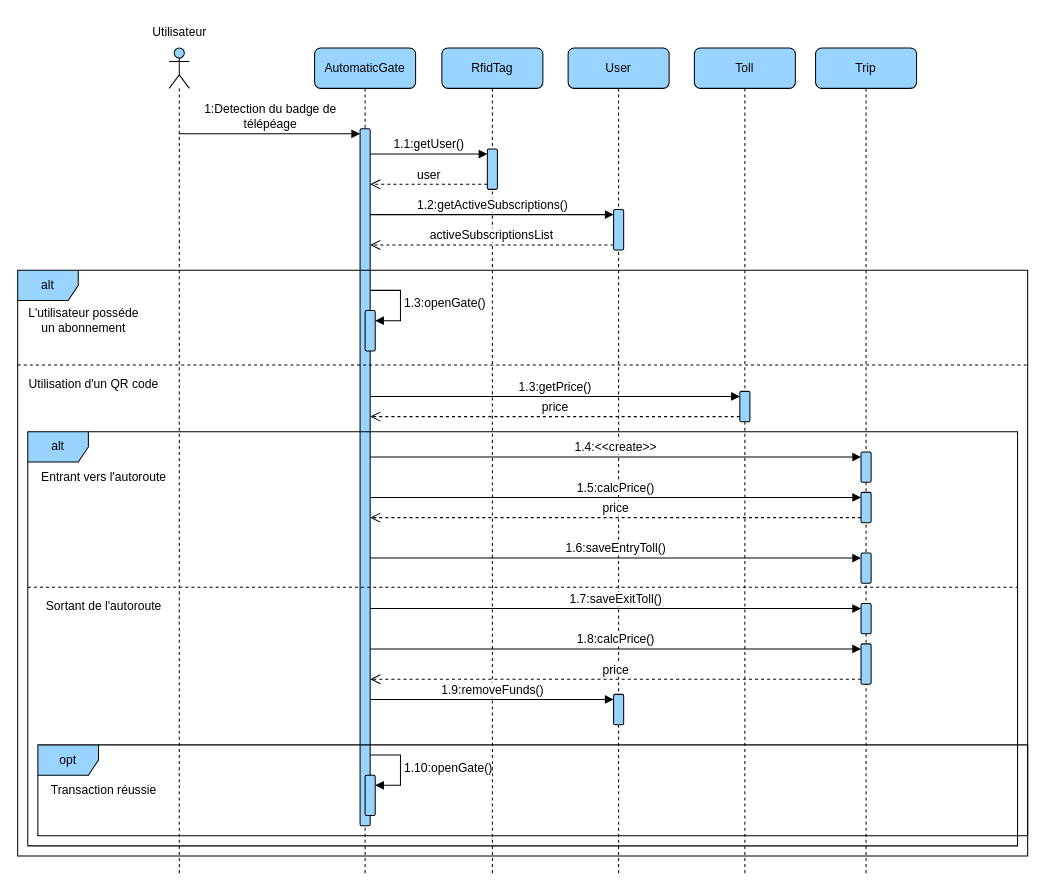
devlotfi/peage-pay keeps this draw.io diagram as page "toll (Conception)" (7 of 7) of diagrams/sequence.drawio. Above is the earlier version. Source tidied: cells renumbered, new cells numbered last; positions are measured from the earlier drawing's top-left corner, leaving out a move shared by most shapes. Both pictures are drawn from the tidied source at 101%, with x=0, y=0 at pixel (17, 17).
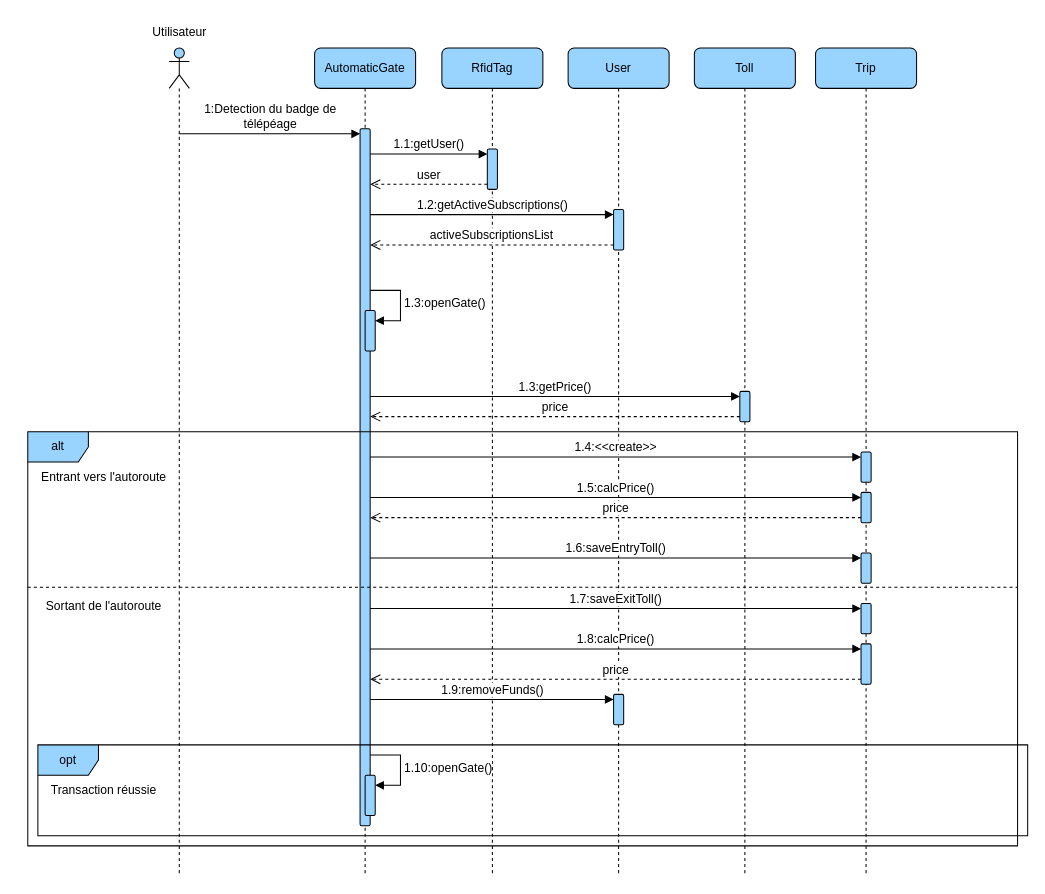
The same page after the edit.

Change to the diagram source:
```diff
@@
-    <mxCell id="19" value="alt" style="shape=umlFrame;whiteSpace=wrap;html=1;rounded=1;strokeColor=default;align=center;verticalAlign=middle;fontFamily=Helvetica;fontSize=12;fontColor=default;fontStyle=0;fillColor=#99D3FF;" parent="1" vertex="1">
-      <mxGeometry y="250" width="1000" height="580" as="geometry" />
-    </mxCell>
-    <mxCell id="20" value="L'utilisateur posséde&lt;div&gt;un abonnement&lt;/div&gt;" style="text;html=1;align=center;verticalAlign=middle;strokeColor=none;fillColor=none;fontFamily=Helvetica;fontSize=12;fontColor=default;fontStyle=0;" parent="1" vertex="1">
-      <mxGeometry y="280" width="130" height="40" as="geometry" />
-    </mxCell>
-    <mxCell id="21" style="line;strokeWidth=1;fillColor=none;align=left;verticalAlign=middle;spacingTop=-1;spacingLeft=3;spacingRight=3;labelPosition=right;strokeColor=inherit;rounded=1;fontFamily=Helvetica;fontSize=12;fontColor=default;fontStyle=0;dashed=1;" parent="1" vertex="1">
-      <mxGeometry y="340" width="1000" height="8" as="geometry" />
-    </mxCell>
-    <mxCell id="22" value="Utilisation d'un QR code" style="text;html=1;align=center;verticalAlign=middle;strokeColor=none;fillColor=none;fontFamily=Helvetica;fontSize=12;fontColor=default;fontStyle=0;" parent="1" vertex="1">
-      <mxGeometry y="348" width="150" height="30" as="geometry" />
-    </mxCell>
```
